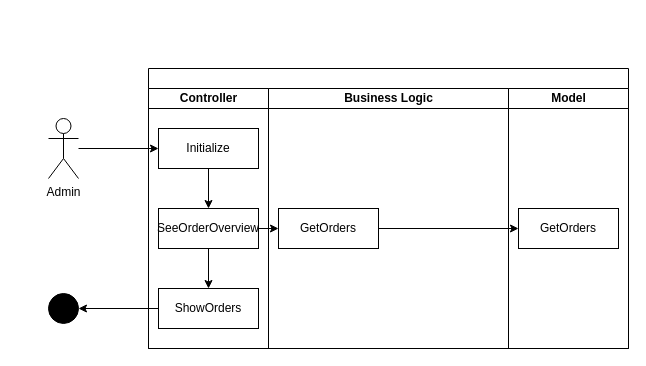
Before: diagrams/ASD/SeeOrderOverview.drawio in JochemGrootherder/educom-webshop-runtime-records, a draw.io diagram. Source tidied: cells renumbered, new cells numbered last; positions are measured from the earlier drawing's top-left corner, leaving out a move shared by most shapes. Both pictures are drawn from the tidied source at 100%, with x=0, y=0 at pixel (48, 68).
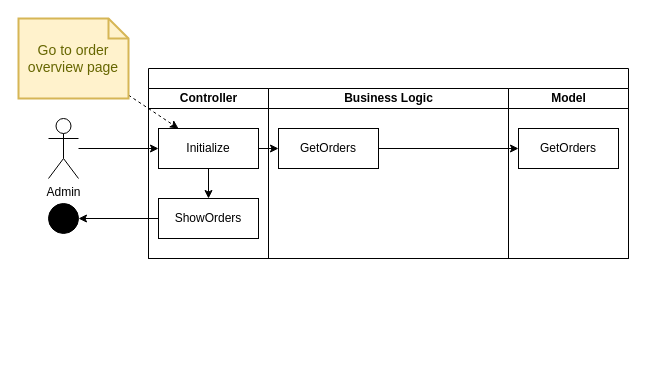
The same page after the edit.

The edit, as a diff of the source:
```diff
@@
 <mxGraphModel>
   <root>
     <mxCell id="0" />
     <mxCell id="1" parent="0" />
     <mxCell id="2" style="swimlane;startSize=20;html=1;" parent="1" vertex="1">
-      <mxGeometry x="100" width="480" height="280" as="geometry" />
+      <mxGeometry x="100" width="480" height="190" as="geometry" />
     </mxCell>
     <mxCell id="3" value="Controller" style="swimlane;startSize=20;html=1;" parent="2" vertex="1">
-      <mxGeometry y="20" width="120" height="260" as="geometry" />
+      <mxGeometry y="20" width="120" height="170" as="geometry" />
     </mxCell>
-    <mxCell id="4" style="edgeStyle=none;html=1;" parent="3" edge="1" source="5" target="7">
-      <mxGeometry relative="1" as="geometry" />
-    </mxCell>
     <mxCell id="5" value="Initialize" style="rounded=0;whiteSpace=wrap;html=1;" parent="3" vertex="1">
       <mxGeometry x="10" y="40" width="100" height="40" as="geometry" />
     </mxCell>
-    <mxCell id="6" style="edgeStyle=orthogonalEdgeStyle;html=1;fontSize=15;" parent="3" edge="1" source="7" target="8">
+    <mxCell id="6" style="edgeStyle=orthogonalEdgeStyle;html=1;fontSize=15;" parent="3" edge="1" source="5" target="8">
       <mxGeometry relative="1" as="geometry" />
     </mxCell>
-    <mxCell id="7" value="SeeOrderOverview" style="rounded=0;whiteSpace=wrap;html=1;" parent="3" vertex="1">
-      <mxGeometry x="10" y="120" width="100" height="40" as="geometry" />
-    </mxCell>
     <mxCell id="8" value="ShowOrders" style="rounded=0;whiteSpace=wrap;html=1;" parent="3" vertex="1">
-      <mxGeometry x="10" y="200" width="100" height="40" as="geometry" />
+      <mxGeometry x="10" y="110" width="100" height="40" as="geometry" />
     </mxCell>
+    <mxCell id="13" style="edgeStyle=none;html=1;" parent="2" edge="1" target="10">
+      <mxGeometry relative="1" as="geometry">
+        <mxPoint x="110" y="80" as="sourcePoint" />
+      </mxGeometry>
+    </mxCell>
+    <mxCell id="14" style="edgeStyle=none;html=1;" parent="2" edge="1" source="10" target="12">
+      <mxGeometry relative="1" as="geometry" />
+    </mxCell>
     <mxCell id="9" value="Business Logic" style="swimlane;startSize=20;html=1;" parent="2" vertex="1">
-      <mxGeometry x="120" y="20" width="240" height="260" as="geometry" />
+      <mxGeometry x="120" y="20" width="240" height="170" as="geometry" />
     </mxCell>
     <mxCell id="10" value="GetOrders" style="rounded=0;whiteSpace=wrap;html=1;" parent="9" vertex="1">
-      <mxGeometry x="10" y="120" width="100" height="40" as="geometry" />
+      <mxGeometry x="10" y="40" width="100" height="40" as="geometry" />
     </mxCell>
     <mxCell id="11" value="Model" style="swimlane;startSize=20;html=1;" parent="2" vertex="1">
-      <mxGeometry x="360" y="20" width="120" height="260" as="geometry" />
+      <mxGeometry x="360" y="20" width="120" height="170" as="geometry" />
     </mxCell>
     <mxCell id="12" value="GetOrders" style="rounded=0;whiteSpace=wrap;html=1;" parent="11" vertex="1">
-      <mxGeometry x="10" y="120" width="100" height="40" as="geometry" />
+      <mxGeometry x="10" y="40" width="100" height="40" as="geometry" />
     </mxCell>
-    <mxCell id="13" style="edgeStyle=none;html=1;" parent="2" edge="1" source="7" target="10">
-      <mxGeometry relative="1" as="geometry" />
-    </mxCell>
-    <mxCell id="14" style="edgeStyle=none;html=1;" parent="2" edge="1" source="10" target="12">
-      <mxGeometry relative="1" as="geometry" />
-    </mxCell>
     <mxCell id="15" style="edgeStyle=none;html=1;" parent="1" edge="1" source="16" target="5">
       <mxGeometry relative="1" as="geometry" />
     </mxCell>
     <mxCell id="16" value="Admin" style="shape=umlActor;verticalLabelPosition=bottom;verticalAlign=top;html=1;outlineConnect=0;" parent="1" vertex="1">
       <mxGeometry y="50" width="30" height="60" as="geometry" />
     </mxCell>
     <mxCell id="17" style="ellipse;fillColor=strokeColor;fontSize=15;" parent="1" vertex="1">
-      <mxGeometry y="225" width="30" height="30" as="geometry" />
+      <mxGeometry y="135" width="30" height="30" as="geometry" />
     </mxCell>
     <mxCell id="18" style="edgeStyle=orthogonalEdgeStyle;html=1;fontSize=15;" parent="1" edge="1" source="8" target="17">
       <mxGeometry relative="1" as="geometry" />
     </mxCell>
+    <mxCell id="19" style="edgeStyle=none;html=1;dashed=1;" parent="1" edge="1" source="20" target="5">
+      <mxGeometry relative="1" as="geometry" />
+    </mxCell>
+    <mxCell id="20" value="Go to order overview page" style="shape=note;strokeWidth=2;fontSize=14;size=20;whiteSpace=wrap;html=1;fillColor=#fff2cc;strokeColor=#d6b656;fontColor=#666600;" parent="1" vertex="1">
+      <mxGeometry x="-30" y="-50" width="110" height="80" as="geometry" />
+    </mxCell>
   </root>
 </mxGraphModel>
```
